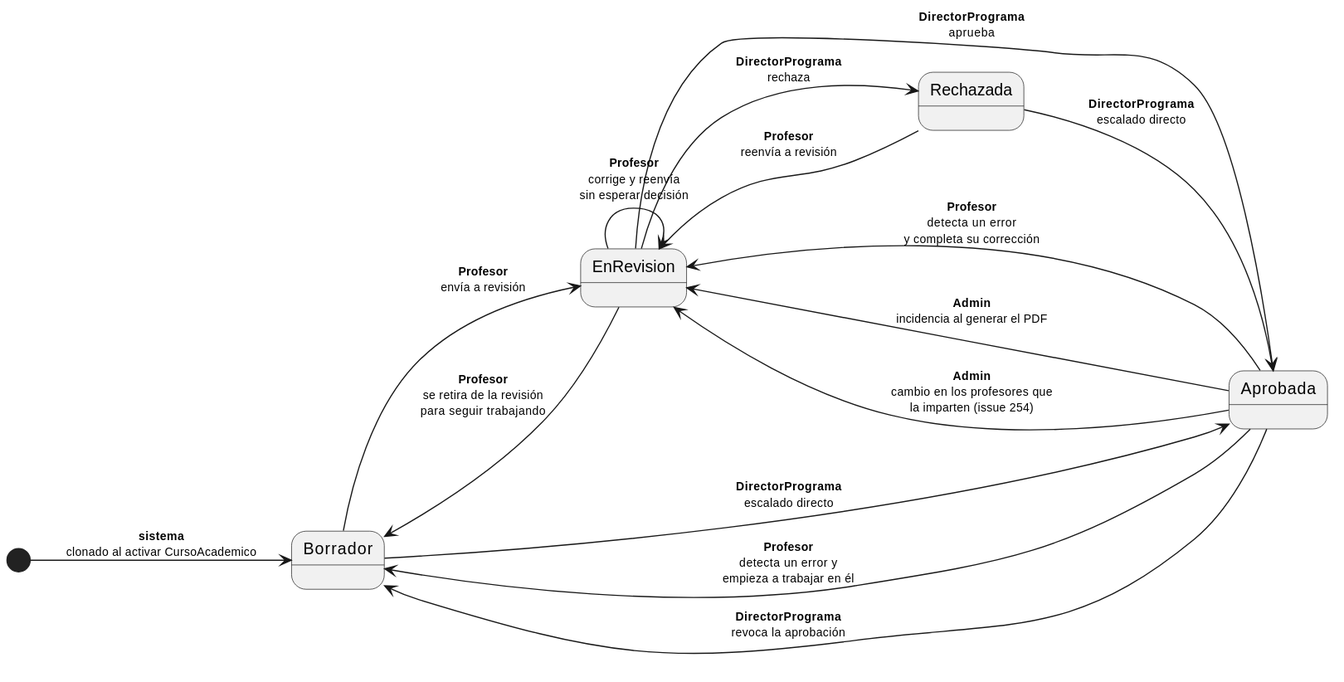
Earlier version of the PlantUML export images/RUP/00-modelo-del-dominio/estados-entidades/guia.svg (mmasias/pyCeldaPublico).
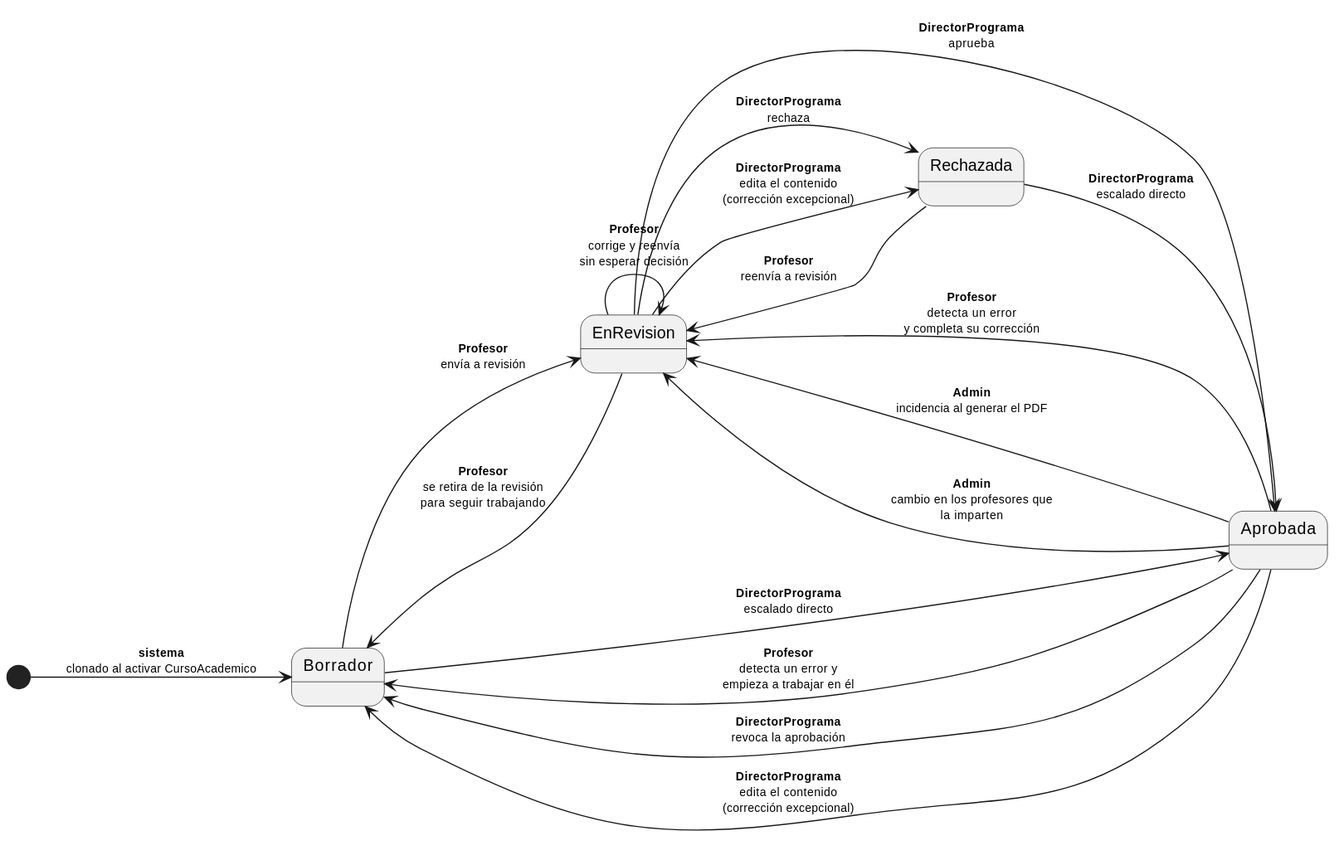
Above is the later version.

Commit message:
docs: ciclo de vida de la Guía con la corrección excepcional del Director y cifras de 2Think al día (pyCelda ddb29c3b)

What changed in the source:
```diff
@@ -8,6 +8,7 @@
 
 EnRevision --> Aprobada : <sub><b>DirectorPrograma</b></sub>\n<sub>aprueba</sub>
 EnRevision --> Rechazada : <sub><b>DirectorPrograma</b></sub>\n<sub>rechaza</sub>
+EnRevision --> Rechazada : <sub><b>DirectorPrograma</b></sub>\n<sub>edita el contenido</sub>\n<sub>(corrección excepcional)</sub>
 
 EnRevision --> Borrador : <sub><b>Profesor</b></sub>\n<sub>se retira de la revisión</sub>\n<sub>para seguir trabajando</sub>
 EnRevision --> EnRevision : <sub><b>Profesor</b></sub>\n<sub>corrige y reenvía</sub>\n<sub>sin esperar decisión</sub>
@@ -18,6 +19,7 @@
 Aprobada --> EnRevision : <sub><b>Profesor</b></sub>\n<sub>detecta un error</sub>\n<sub>y completa su corrección</sub>
 Aprobada --> Borrador : <sub><b>Profesor</b></sub>\n<sub>detecta un error y</sub>\n<sub>empieza a trabajar en él</sub>
 Aprobada --> Borrador : <sub><b>DirectorPrograma</b></sub>\n<sub>revoca la aprobación</sub>
+Aprobada --> Borrador : <sub><b>DirectorPrograma</b></sub>\n<sub>edita el contenido</sub>\n<sub>(corrección excepcional)</sub>
 Aprobada --> EnRevision : <sub><b>Admin</b></sub>\n<sub>incidencia al generar el PDF</sub>
-Aprobada --> EnRevision : <sub><b>Admin</b></sub>\n<sub>cambio en los profesores que</sub>\n<sub>la imparten (issue 254)</sub>
+Aprobada --> EnRevision : <sub><b>Admin</b></sub>\n<sub>cambio en los profesores que</sub>\n<sub>la imparten</sub>
 @enduml
```
